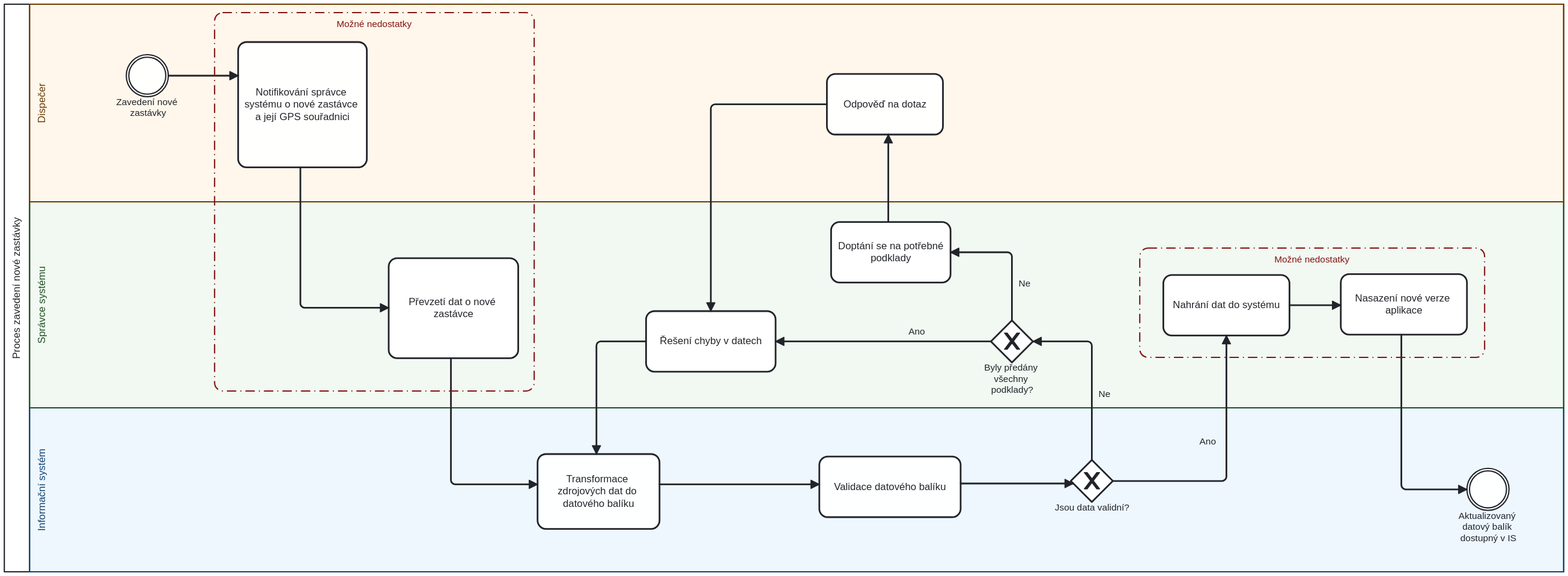
The BPMN diagram images/Pr2 Zavedení nové zastávky.svg in StrangerTwo/bachelor-thesis, before a commit. Its source is kept beside it as images/Pr2 Zavedení nové zastávky.bpmn. Ids are renumbered.
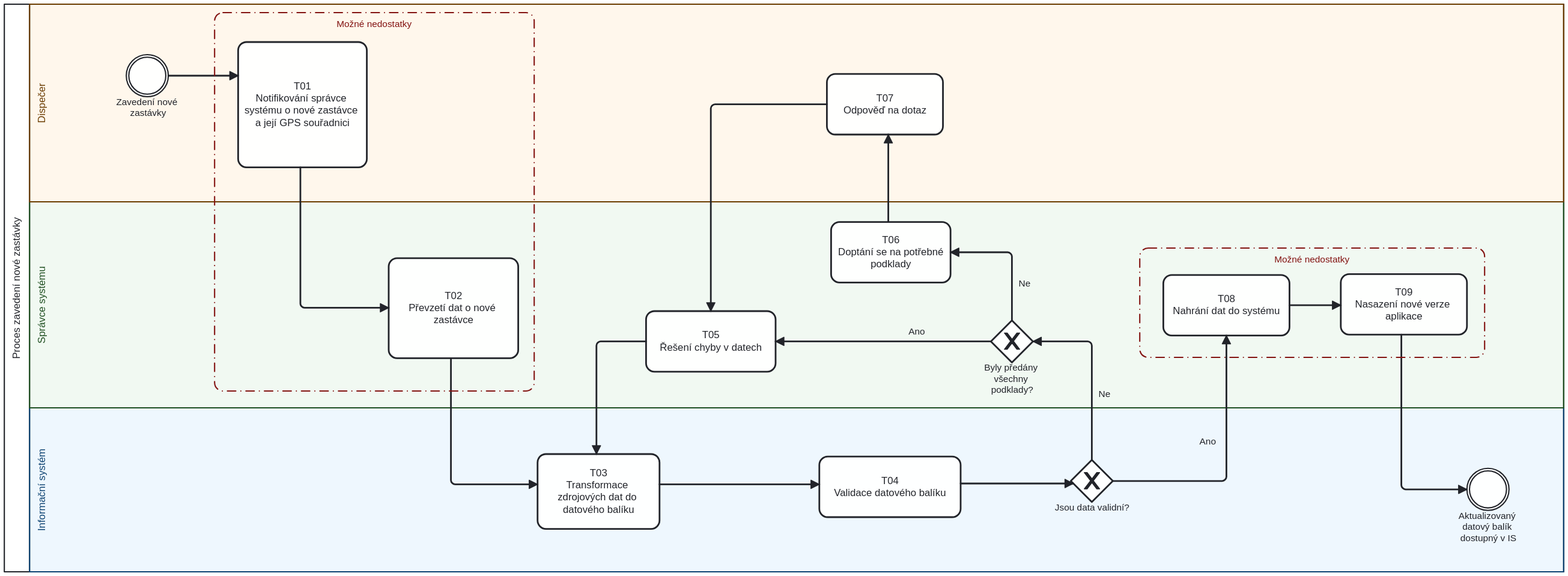
The same diagram one commit later.

What changed in the source:
```diff
@@ -1,4 +1,4 @@
-<definitions xmlns="http://www.omg.org/spec/BPMN/20100524/MODEL" xmlns:bpmndi="http://www.omg.org/spec/BPMN/20100524/DI" xmlns:di="http://www.omg.org/spec/DD/20100524/DI" xmlns:dc="http://www.omg.org/spec/DD/20100524/DC" xmlns:bioc="http://bpmn.io/schema/bpmn/biocolor/1.0" xmlns:color="http://www.omg.org/spec/BPMN/non-normative/color/1.0" id="Definitions_Online_Order_Fulfillment" targetNamespace="http://example.com/bpmn" exporter="bpmn-js (https://demo.bpmn.io)" exporterVersion="18.12.0">
+<definitions xmlns="http://www.omg.org/spec/BPMN/20100524/MODEL" xmlns:bpmndi="http://www.omg.org/spec/BPMN/20100524/DI" xmlns:di="http://www.omg.org/spec/DD/20100524/DI" xmlns:dc="http://www.omg.org/spec/DD/20100524/DC" xmlns:bioc="http://bpmn.io/schema/bpmn/biocolor/1.0" xmlns:color="http://www.omg.org/spec/BPMN/non-normative/color/1.0" id="Definitions_Online_Order_Fulfillment" targetNamespace="http://example.com/bpmn" exporter="bpmn-js (https://demo.bpmn.io)" exporterVersion="18.13.1">
   <message id="Message_Online_Order_Fulfillment" name="Online Order Fulfillment" />
   <collaboration id="Collaboration_Online_Order_Fulfillment">
     <participant id="Participant_Proces_aktualizace_dat_j_zdn_ch___d_" name="Proces zavedení nové zastávky" processRef="Process_Proces_aktualizace_dat_j_zdn_ch___d_" />
@@ -42,20 +42,20 @@
     <sequenceFlow id="Flow_rel-Byli_p_ed_ny_v_echny_informace_-Dopt_n__se_na_informace-forward-Ne" name="Ne" sourceRef="Byli_p_ed_ny_v_echny_informace_" targetRef="Dopt_n__se_na_informace" />
     <sequenceFlow id="Flow_rel-Dopt_n__se_na_informace-Odpov___na_dotaz-forward" sourceRef="Dopt_n__se_na_informace" targetRef="Odpov___na_dotaz" />
     <sequenceFlow id="Flow_rel-Odpov___na_dotaz-_e_en__chyby_v_datech-forward" sourceRef="Odpov___na_dotaz" targetRef="ID__e_en__chyby_v_datech" />
-    <task id="Informov_n__spr_vce_syst_mu_o_zm_n__j_zdn_ch___d_" name="Notifikování správce systému o nové zastávce a její GPS souřadnici" />
-    <task id="P_evzet__informace_o_zm_n__j_zdn_ho___du" name="Převzetí dat o nové zastávce" />
-    <task id="Transformace_zdrojov_ch_dat_j_zdn_ho___du" name="Transformace zdrojových dat do datového balíku" />
-    <task id="ID__e_en__chyby_v_datech" name="Řešení chyby v datech" />
-    <task id="Odpov___na_dotaz" name="Odpověď na dotaz" />
-    <task id="Dopt_n__se_na_informace" name="Doptání se na potřebné podklady" />
+    <task id="Informov_n__spr_vce_syst_mu_o_zm_n__j_zdn_ch___d_" name="T01&#10;Notifikování správce systému o nové zastávce a její GPS souřadnici" />
+    <task id="P_evzet__informace_o_zm_n__j_zdn_ho___du" name="T02&#10;Převzetí dat o nové zastávce" />
+    <task id="Transformace_zdrojov_ch_dat_j_zdn_ho___du" name="T03&#10;Transformace zdrojových dat do datového balíku" />
+    <task id="ID__e_en__chyby_v_datech" name="T05&#10;Řešení chyby v datech" />
+    <task id="Odpov___na_dotaz" name="T07&#10;Odpověď na dotaz" />
+    <task id="Dopt_n__se_na_informace" name="T06&#10;Doptání se na potřebné podklady" />
     <exclusiveGateway id="Byli_p_ed_ny_v_echny_informace_" name="Byly předány všechny podklady?" />
     <exclusiveGateway id="Jsou_data_validn__" name="Jsou data validní?" />
-    <task id="Nahr_n__dat_do_syst_mu" name="Nahrání dat do systému">
+    <task id="Nahr_n__dat_do_syst_mu" name="T08&#10;Nahrání dat do systému">
       <incoming>Flow_rel-Jsou_data_validn__-Ru_n__kontrola_v_stupn_ch_dat-forward-Ano</incoming>
     </task>
-    <task id="Nasazen__nov__verze_aplikace" name="Nasazení nové verze aplikace" />
+    <task id="Nasazen__nov__verze_aplikace" name="T09&#10;Nasazení nové verze aplikace" />
     <intermediateCatchEvent id="Aktualizovan__data_j_zdn_ch___d__dostupn__v_IS" name="Aktualizovaný datový balík dostupný v IS" />
-    <task id="Validace_transformovan_ch_dat" name="Validace datového balíku" />
+    <task id="Validace_transformovan_ch_dat" name="T04&#10;Validace datového balíku" />
   </process>
   <category id="Category_n5">
     <categoryValue id="CategoryValue_n2" value="Možné nedostatky" />
@@ -99,9 +99,11 @@
       </bpmndi:BPMNShape>
       <bpmndi:BPMNShape id="Shape_ID__e_en__chyby_v_datech" bpmnElement="ID__e_en__chyby_v_datech">
         <dc:Bounds x="893" y="425" width="154" height="72" />
+        <bpmndi:BPMNLabel />
       </bpmndi:BPMNShape>
       <bpmndi:BPMNShape id="Shape_Odpov___na_dotaz" bpmnElement="Odpov___na_dotaz">
         <dc:Bounds x="1108" y="143" width="138" height="72" />
+        <bpmndi:BPMNLabel />
       </bpmndi:BPMNShape>
       <bpmndi:BPMNShape id="Shape_Dopt_n__se_na_informace" bpmnElement="Dopt_n__se_na_informace">
         <dc:Bounds x="1113" y="319" width="142" height="72" />
@@ -121,9 +123,11 @@
       </bpmndi:BPMNShape>
       <bpmndi:BPMNShape id="Shape_Nahr_n__dat_do_syst_mu" bpmnElement="Nahr_n__dat_do_syst_mu">
         <dc:Bounds x="1508" y="382" width="150" height="72" />
+        <bpmndi:BPMNLabel />
       </bpmndi:BPMNShape>
       <bpmndi:BPMNShape id="Shape_Nasazen__nov__verze_aplikace" bpmnElement="Nasazen__nov__verze_aplikace">
         <dc:Bounds x="1719" y="381" width="150" height="72" />
+        <bpmndi:BPMNLabel />
       </bpmndi:BPMNShape>
       <bpmndi:BPMNShape id="Shape_Aktualizovan__data_j_zdn_ch___d__dostupn__v_IS" bpmnElement="Aktualizovan__data_j_zdn_ch___d__dostupn__v_IS">
         <dc:Bounds x="1869" y="612" width="50" height="50" />
```
